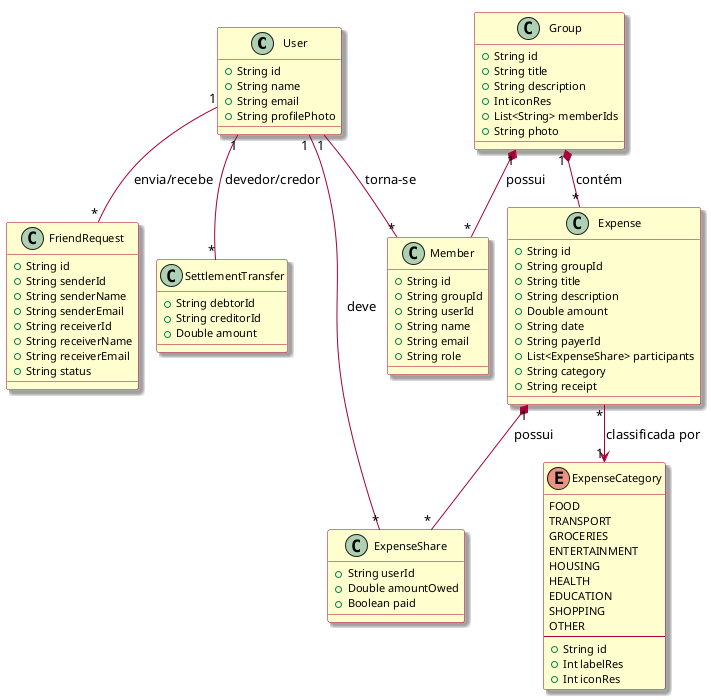
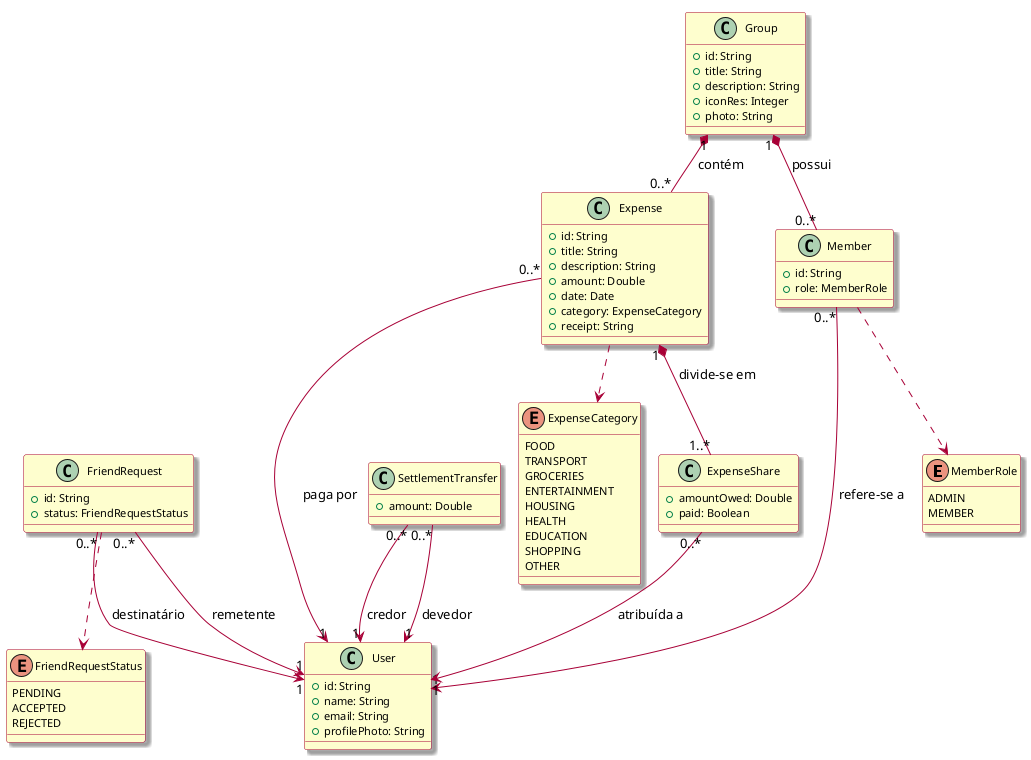
- @startuml
+ @startuml DivideAi
!pragma layout smetana

skinparam backgroundColor transparent
skinparam shadowing true
skinparam classFontSize 12
skinparam classAttributeFontSize 11
skinparam class {
    BackgroundColor #FEFECE
    BorderColor #A80036
    ArrowColor #A80036
    AttributeIconColor #038048
    StereotypeFontColor #A80036
}
skinparam enum {
    BackgroundColor #FEFECE
    BorderColor #A80036
}

- class User {
-     + String id
-     + String name
-     + String email
-     + String profilePhoto
+ ' ===== Tipos enumerados =====
+ ' role, status e category são conjuntos fechados de valores: modelados como enums.
+ enum MemberRole {
+     ADMIN
+     MEMBER
}

- class Group {
-     + String id
-     + String title
-     + String description
-     + Int iconRes
-     + List<String> memberIds
-     + String photo
- }
- 
- class Member {
-     + String id
-     + String groupId
-     + String userId
-     + String name
-     + String email
-     + String role
- }
- 
- class Expense {
-     + String id
-     + String groupId
-     + String title
-     + String description
-     + Double amount
-     + String date
-     + String payerId
-     + List<ExpenseShare> participants
-     + String category
-     + String receipt
- }
- 
- class ExpenseShare {
-     + String userId
-     + Double amountOwed
-     + Boolean paid
- }
- 
- class FriendRequest {
-     + String id
-     + String senderId
-     + String senderName
-     + String senderEmail
-     + String receiverId
-     + String receiverName
-     + String receiverEmail
-     + String status
+ enum FriendRequestStatus {
+     PENDING
+     ACCEPTED
+     REJECTED
}

enum ExpenseCategory {
    FOOD
    TRANSPORT
    GROCERIES
    ENTERTAINMENT
    HOUSING
    HEALTH
    EDUCATION
    SHOPPING
    OTHER
-     --
-     + String id
-     + Int labelRes
-     + Int iconRes
+ }
+ 
+ ' ===== Entidades do domínio =====
+ ' Sintaxe UML de atributo: visibilidade nome: Tipo
+ ' Chaves estrangeiras (groupId, userId, payerId, ...) NÃO aparecem como
+ ' atributos: os vínculos são expressos pelas associações entre as classes.
+ class User {
+     + id: String
+     + name: String
+     + email: String
+     + profilePhoto: String
+ }
+ 
+ class Group {
+     + id: String
+     + title: String
+     + description: String
+     + iconRes: Integer
+     + photo: String
+ }
+ 
+ class Member {
+     + id: String
+     + role: MemberRole
+ }
+ 
+ class Expense {
+     + id: String
+     + title: String
+     + description: String
+     + amount: Double
+     + date: Date
+     + category: ExpenseCategory
+     + receipt: String
+ }
+ 
+ class ExpenseShare {
+     + amountOwed: Double
+     + paid: Boolean
+ }
+ 
+ class FriendRequest {
+     + id: String
+     + status: FriendRequestStatus
}

class SettlementTransfer {
-     + String debtorId
-     + String creditorId
-     + Double amount
+     + amount: Double
}

- ' Relacionamentos
- User "1" -- "*" Member : torna-se >
- Group "1" *-- "*" Member : possui >
- Group "1" *-- "*" Expense : contém >
- Expense "1" *-- "*" ExpenseShare : possui >
- User "1" -- "*" ExpenseShare : deve >
- User "1" -- "*" FriendRequest : envia/recebe >
- Expense "*" --> "1" ExpenseCategory : classificada por >
- User "1" -- "*" SettlementTransfer : devedor/credor >
+ ' ===== Associações =====
+ Group "1" *-- "0..*" Member : possui >
+ Member "0..*" --> "1" User : refere-se a >
+ 
+ Group "1" *-- "0..*" Expense : contém >
+ Expense "0..*" --> "1" User : paga por >
+ 
+ Expense "1" *-- "1..*" ExpenseShare : divide-se em >
+ ExpenseShare "0..*" --> "1" User : atribuída a >
+ 
+ FriendRequest "0..*" --> "1" User : remetente >
+ FriendRequest "0..*" --> "1" User : destinatário >
+ 
+ SettlementTransfer "0..*" --> "1" User : devedor >
+ SettlementTransfer "0..*" --> "1" User : credor >
+ 
+ ' ===== Dependências dos tipos enumerados =====
+ Member ..> MemberRole
+ FriendRequest ..> FriendRequestStatus
+ Expense ..> ExpenseCategory

@enduml
